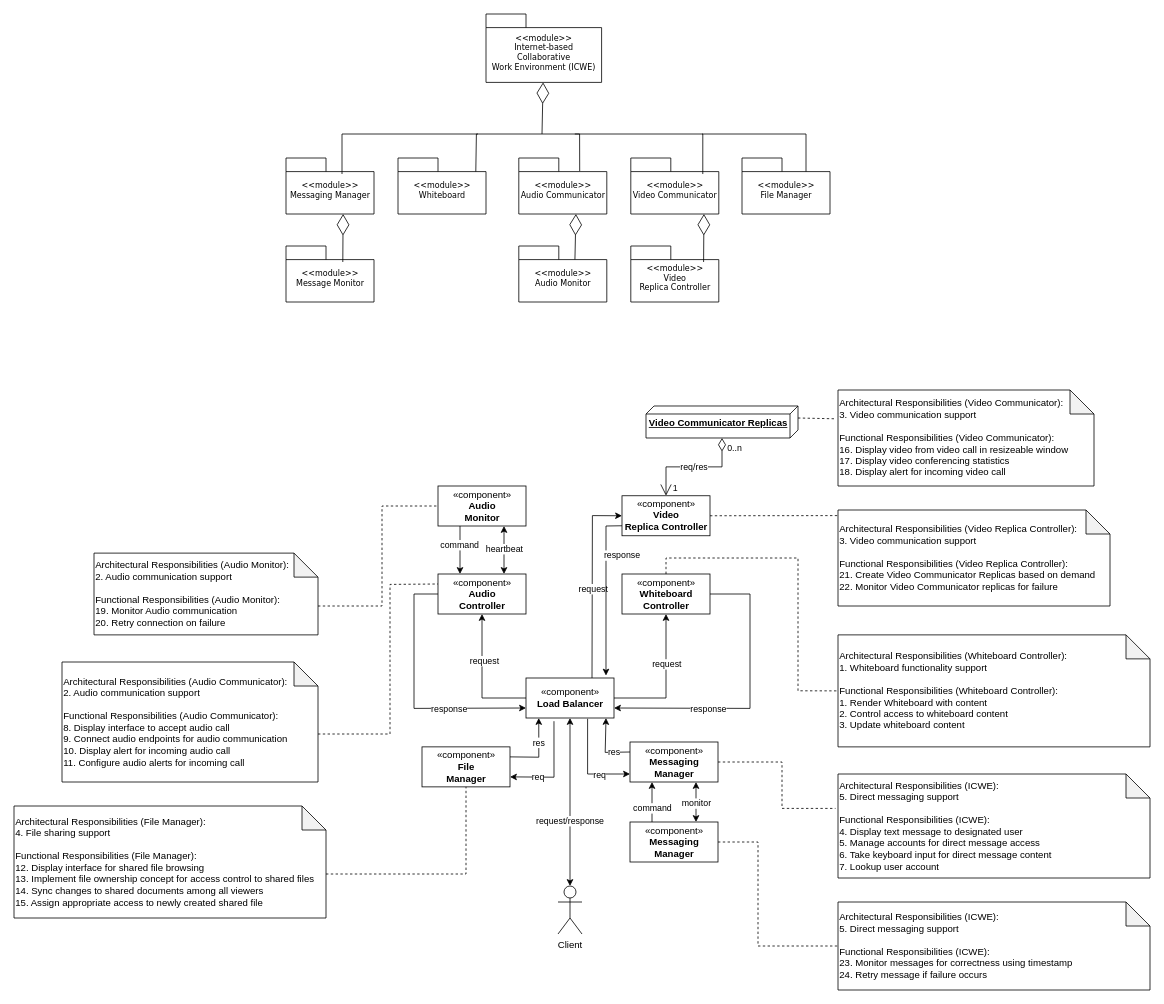
Earlier version of the draw.io diagram page "AD5_Messenger" (6 of 6) of Project_Checkpoint_4.drawio (james-mcallister/diagrams). Source tidied: cells renumbered, new cells numbered last; positions are measured from the earlier drawing's top-left corner, leaving out a move shared by most shapes. Both pictures are drawn from the tidied source at 80%, with x=0, y=0 at pixel (14, 14).
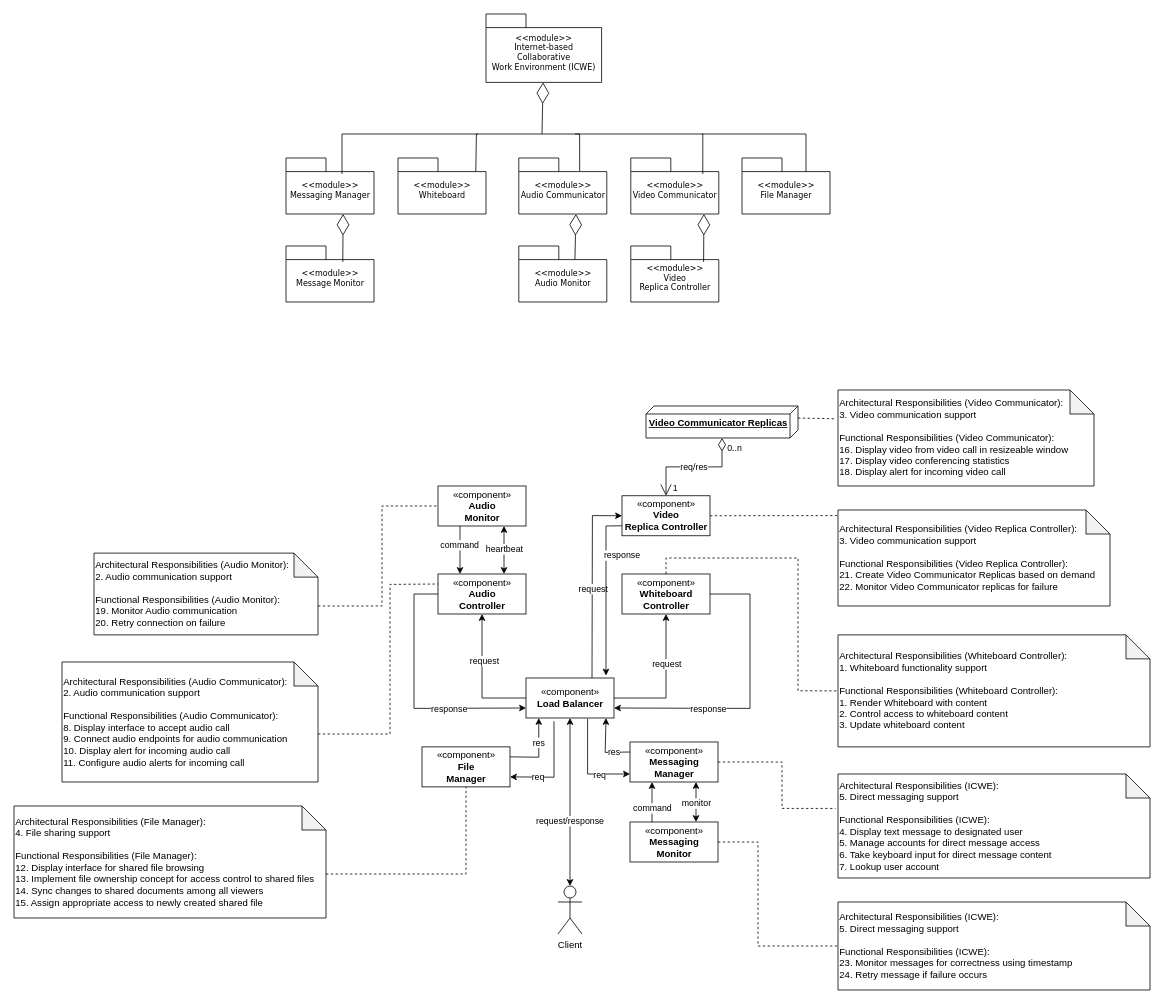
The same page after the edit.

The edit, as a diff of the source:
```diff
@@
-    <mxCell id="81" value="«component»&lt;br&gt;&lt;b&gt;Messaging&lt;br&gt;Manager&lt;/b&gt;" style="html=1;" parent="1" vertex="1">
+    <mxCell id="81" value="«component»&lt;br&gt;&lt;b&gt;Messaging&lt;br&gt;Monitor&lt;/b&gt;" style="html=1;" parent="1" vertex="1">
       <mxGeometry x="770" y="1010" width="110" height="50" as="geometry" />
     </mxCell>
```
